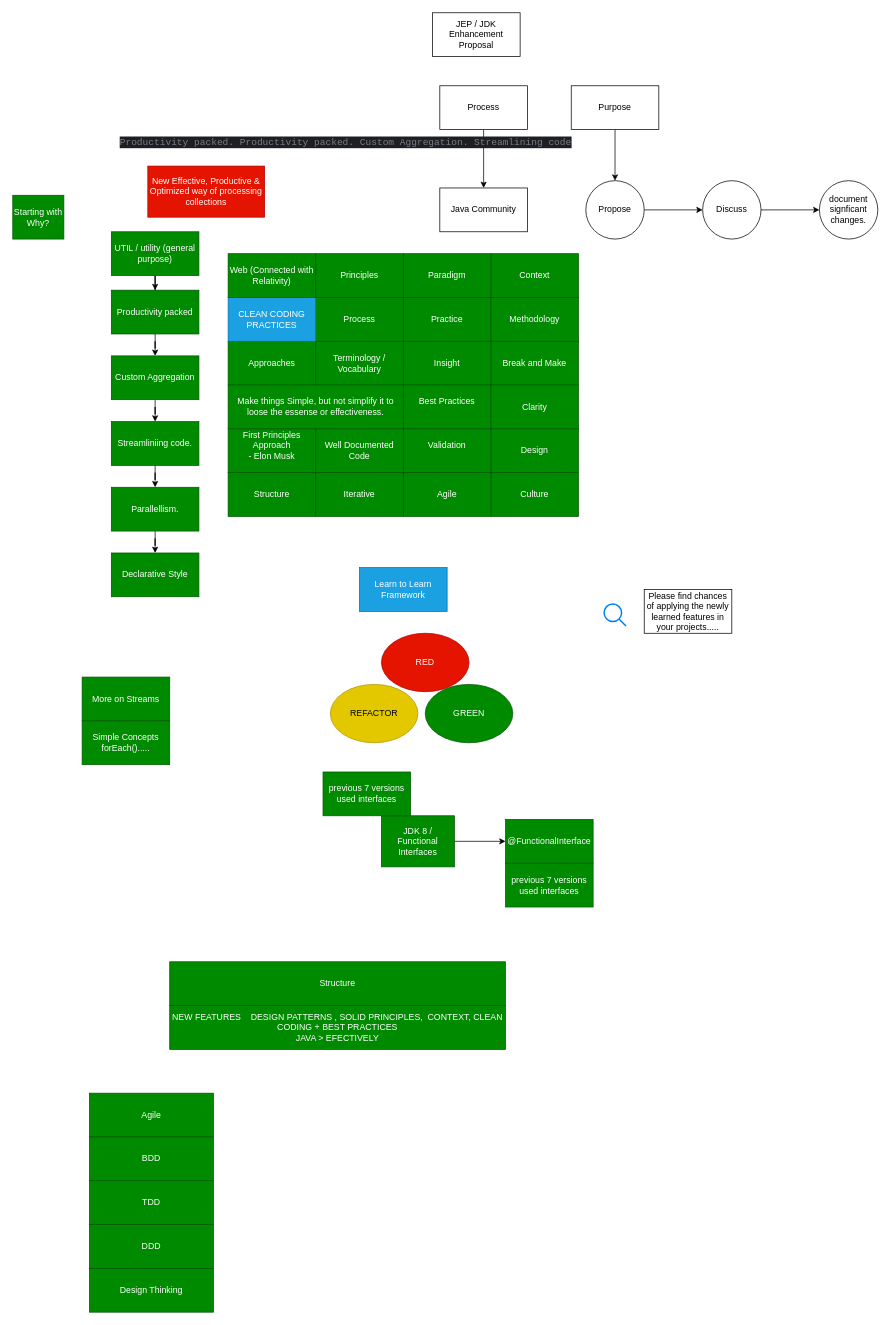
This is page "Terminology & Methodology" (3 of 13) of Diagrams/New Features Java.drawio from THRGLO02MAY2025GIT-HUB/THRGLO02MAY2025GIT-REPO, a draw.io file, before an edit. Source tidied: cells renumbered, new cells numbered last; positions are measured from the earlier drawing's top-left corner, leaving out a move shared by most shapes. Both pictures are drawn from the tidied source at 73%, with x=0, y=0 at pixel (12, 12).
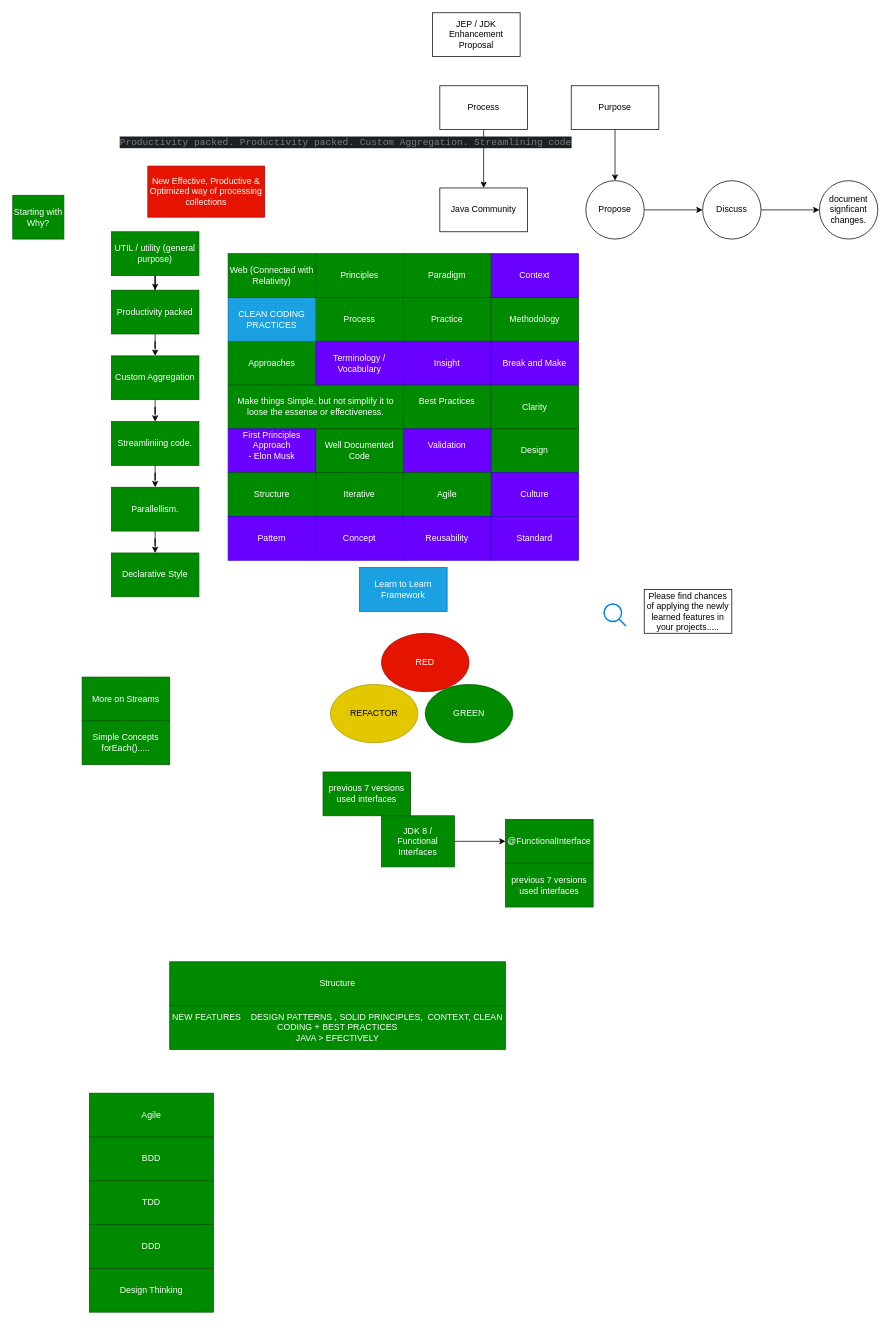
The same diagram, later.

Diff of the diagram source:
```diff
@@
-    <mxCell id="16" value="Break and Make" style="rounded=0;whiteSpace=wrap;html=1;fillColor=#008a00;fontColor=#ffffff;strokeColor=#005700;" parent="1" vertex="1">
+    <mxCell id="16" value="Break and Make" style="rounded=0;whiteSpace=wrap;html=1;fillColor=#6a00ff;fontColor=#ffffff;strokeColor=#3700CC;" parent="1" vertex="1">
       <mxGeometry x="655" y="450" width="120" height="60" as="geometry" />
     </mxCell>
-    <mxCell id="17" value="Context" style="rounded=0;whiteSpace=wrap;html=1;fillColor=#008a00;fontColor=#ffffff;strokeColor=#005700;" parent="1" vertex="1">
+    <mxCell id="17" value="Context" style="rounded=0;whiteSpace=wrap;html=1;fillColor=#6a00ff;fontColor=#ffffff;strokeColor=#3700CC;" parent="1" vertex="1">
       <mxGeometry x="655" y="330" width="120" height="60" as="geometry" />
     </mxCell>
-    <mxCell id="18" value="Terminology / Vocabulary" style="rounded=0;whiteSpace=wrap;html=1;fillColor=#008a00;fontColor=#ffffff;strokeColor=#005700;" parent="1" vertex="1">
+    <mxCell id="18" value="Terminology / Vocabulary" style="rounded=0;whiteSpace=wrap;html=1;fillColor=#6a00ff;fontColor=#ffffff;strokeColor=#3700CC;" parent="1" vertex="1">
       <mxGeometry x="415" y="450" width="120" height="60" as="geometry" />
     </mxCell>
@@
-    <mxCell id="21" value="Insight" style="rounded=0;whiteSpace=wrap;html=1;fillColor=#008a00;fontColor=#ffffff;strokeColor=#005700;" parent="1" vertex="1">
+    <mxCell id="21" value="Insight" style="rounded=0;whiteSpace=wrap;html=1;fillColor=#6a00ff;fontColor=#ffffff;strokeColor=#3700CC;" parent="1" vertex="1">
       <mxGeometry x="535" y="450" width="120" height="60" as="geometry" />
     </mxCell>
@@
-    <mxCell id="49" value="Validation&lt;div&gt;&lt;br&gt;&lt;/div&gt;" style="rounded=0;whiteSpace=wrap;html=1;fillColor=#008a00;fontColor=#ffffff;strokeColor=#005700;" parent="1" vertex="1">
+    <mxCell id="49" value="Validation&lt;div&gt;&lt;br&gt;&lt;/div&gt;" style="rounded=0;whiteSpace=wrap;html=1;fillColor=#6a00ff;fontColor=#ffffff;strokeColor=#3700CC;" parent="1" vertex="1">
       <mxGeometry x="535" y="570" width="120" height="60" as="geometry" />
     </mxCell>
@@
-    <mxCell id="51" value="First Principles Approach&lt;div&gt;- Elon Musk&lt;/div&gt;&lt;div&gt;&lt;br&gt;&lt;/div&gt;" style="rounded=0;whiteSpace=wrap;html=1;fillColor=#008a00;fontColor=#ffffff;strokeColor=#005700;" parent="1" vertex="1">
+    <mxCell id="51" value="First Principles Approach&lt;div&gt;- Elon Musk&lt;/div&gt;&lt;div&gt;&lt;br&gt;&lt;/div&gt;" style="rounded=0;whiteSpace=wrap;html=1;fillColor=#6a00ff;fontColor=#ffffff;strokeColor=#3700CC;" parent="1" vertex="1">
       <mxGeometry x="295" y="570" width="120" height="60" as="geometry" />
     </mxCell>
@@
-    <mxCell id="57" value="Culture" style="rounded=0;whiteSpace=wrap;html=1;fillColor=#008a00;fontColor=#ffffff;strokeColor=#005700;" parent="1" vertex="1">
+    <mxCell id="57" value="Culture" style="rounded=0;whiteSpace=wrap;html=1;fillColor=#6a00ff;fontColor=#ffffff;strokeColor=#3700CC;" parent="1" vertex="1">
       <mxGeometry x="655" y="630" width="120" height="60" as="geometry" />
     </mxCell>
@@
+    <mxCell id="70" value="Pattern" style="rounded=0;whiteSpace=wrap;html=1;fillColor=#6a00ff;fontColor=#ffffff;strokeColor=#3700CC;" parent="1" vertex="1">
+      <mxGeometry x="295" y="690" width="120" height="60" as="geometry" />
+    </mxCell>
+    <mxCell id="71" value="Concept" style="rounded=0;whiteSpace=wrap;html=1;fillColor=#6a00ff;fontColor=#ffffff;strokeColor=#3700CC;" parent="1" vertex="1">
+      <mxGeometry x="415" y="690" width="120" height="60" as="geometry" />
+    </mxCell>
+    <mxCell id="72" value="Reusability" style="rounded=0;whiteSpace=wrap;html=1;fillColor=#6a00ff;fontColor=#ffffff;strokeColor=#3700CC;" parent="1" vertex="1">
+      <mxGeometry x="535" y="690" width="120" height="60" as="geometry" />
+    </mxCell>
+    <mxCell id="73" value="Standard" style="rounded=0;whiteSpace=wrap;html=1;fillColor=#6a00ff;fontColor=#ffffff;strokeColor=#3700CC;" parent="1" vertex="1">
+      <mxGeometry x="655" y="690" width="120" height="60" as="geometry" />
+    </mxCell>
```
